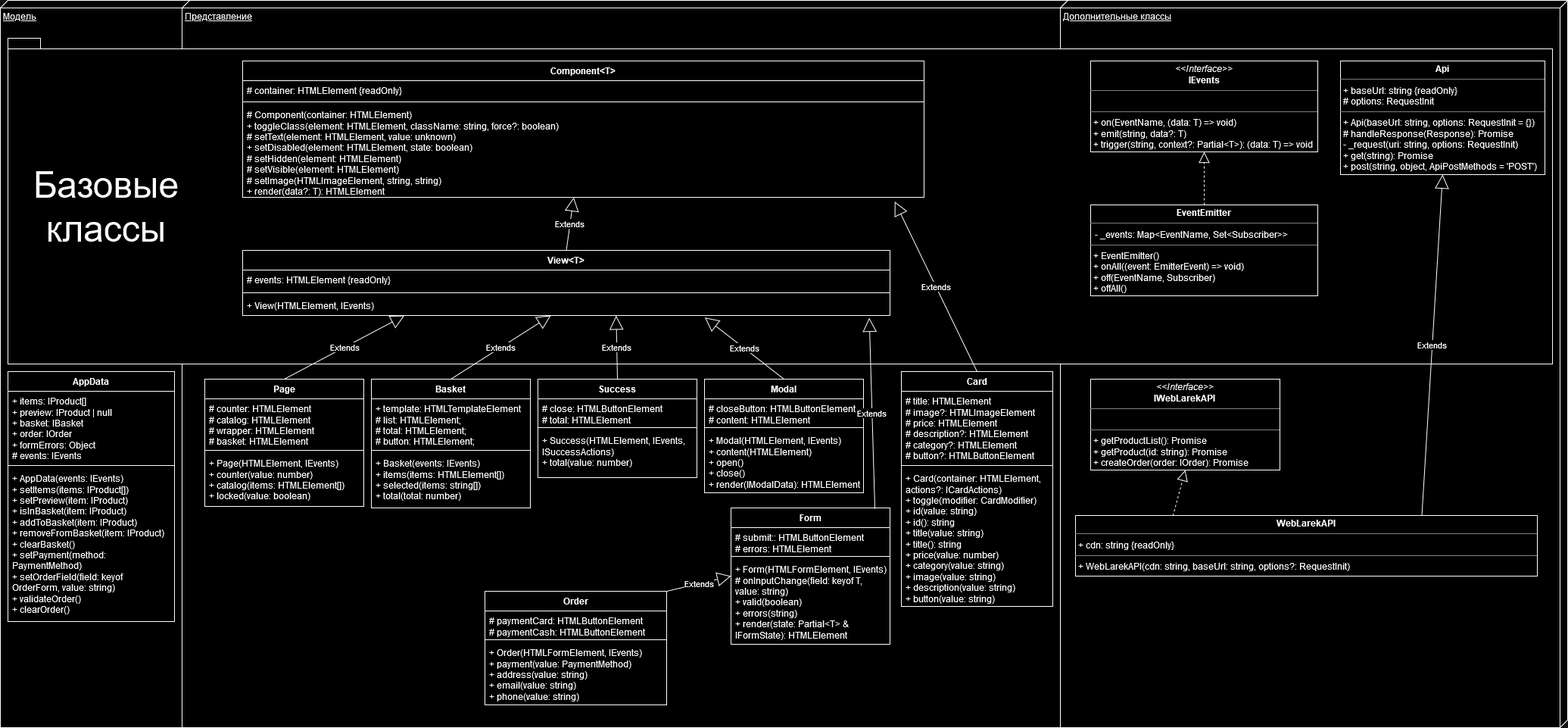
Estisui/web-larek-frontend keeps this draw.io diagram as web-larek.drawio.png. Above is the earlier version. Source tidied: cells renumbered, new cells last; positions are measured from the earlier drawing's top-left corner, leaving out a move shared by most shapes.
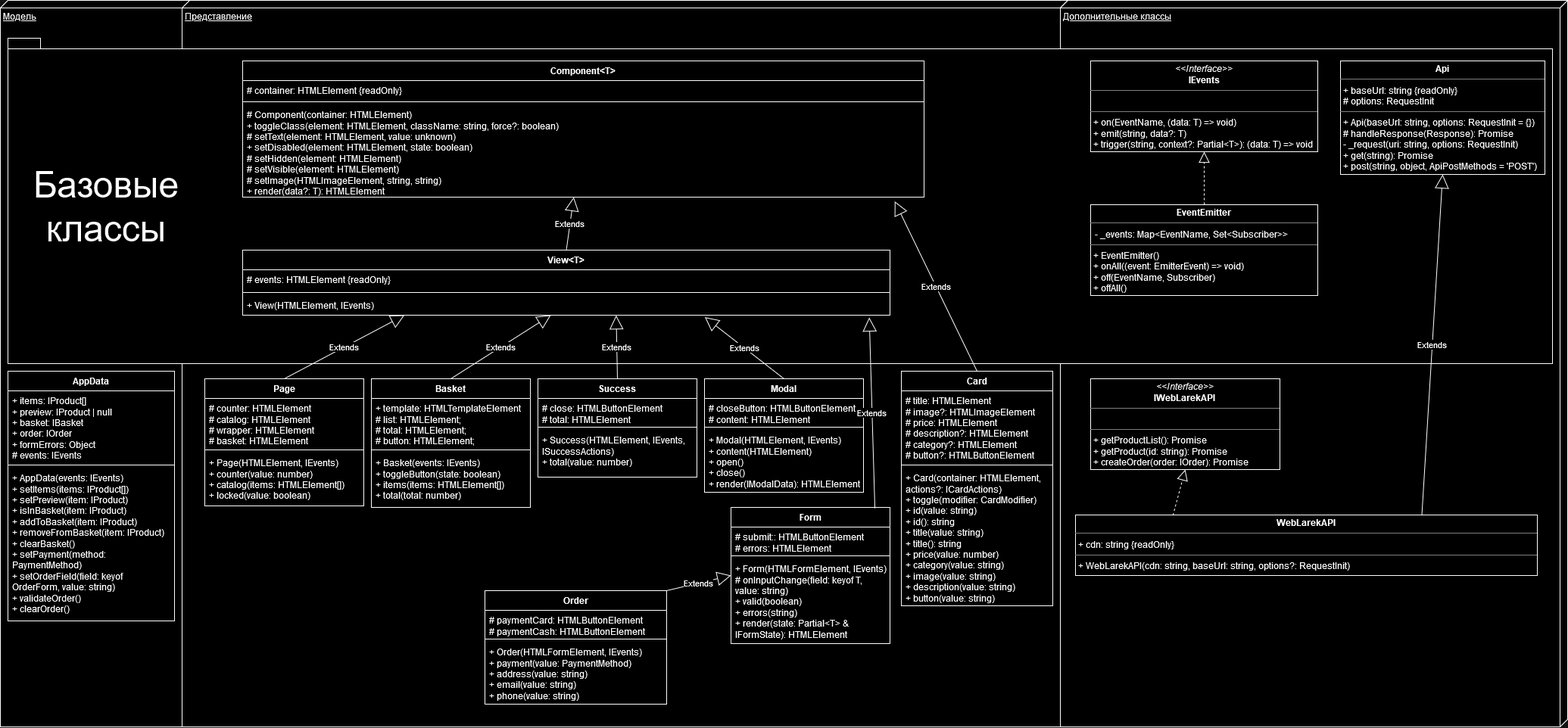
After the change.

Commit message:
refactor: change unused selected setter to toggleButton method

What changed in the source:
```diff
@@ -134,7 +134,7 @@
     <mxCell id="45" style="line;strokeWidth=1;fillColor=none;align=left;verticalAlign=middle;spacingTop=-1;spacingLeft=3;spacingRight=3;labelPosition=right;strokeColor=inherit;" parent="43" vertex="1">
       <mxGeometry y="90" width="210" height="8" as="geometry" />
     </mxCell>
-    <mxCell id="46" value="&lt;div&gt;+ Basket(events: IEvents)&lt;br&gt;&lt;/div&gt;&lt;div&gt;+ items(items: HTMLElement[])&lt;/div&gt;&lt;div&gt;+ selected(items: string[])&lt;/div&gt;&lt;div&gt;+ total(total: number)&lt;br&gt;&lt;/div&gt;" style="text;strokeColor=none;fillColor=none;align=left;verticalAlign=top;spacingLeft=4;spacingRight=4;overflow=hidden;whiteSpace=wrap;html=1;" parent="43" vertex="1">
+    <mxCell id="46" value="&lt;div&gt;+ Basket(events: IEvents)&lt;/div&gt;&lt;div&gt;+ toggleButton(state: boolean)&lt;br&gt;&lt;/div&gt;&lt;div&gt;+ items(items: HTMLElement[])&lt;/div&gt;&lt;div&gt;+ total(total: number)&lt;br&gt;&lt;/div&gt;" style="text;strokeColor=none;fillColor=none;align=left;verticalAlign=top;spacingLeft=4;spacingRight=4;overflow=hidden;whiteSpace=wrap;html=1;" parent="43" vertex="1">
       <mxGeometry y="98" width="210" height="72" as="geometry" />
     </mxCell>
     <mxCell id="47" value="Extends" style="endArrow=block;endSize=16;endFill=0;html=1;rounded=0;exitX=0.5;exitY=0;exitDx=0;exitDy=0;" parent="1" edge="1" source="43" target="25">
```
